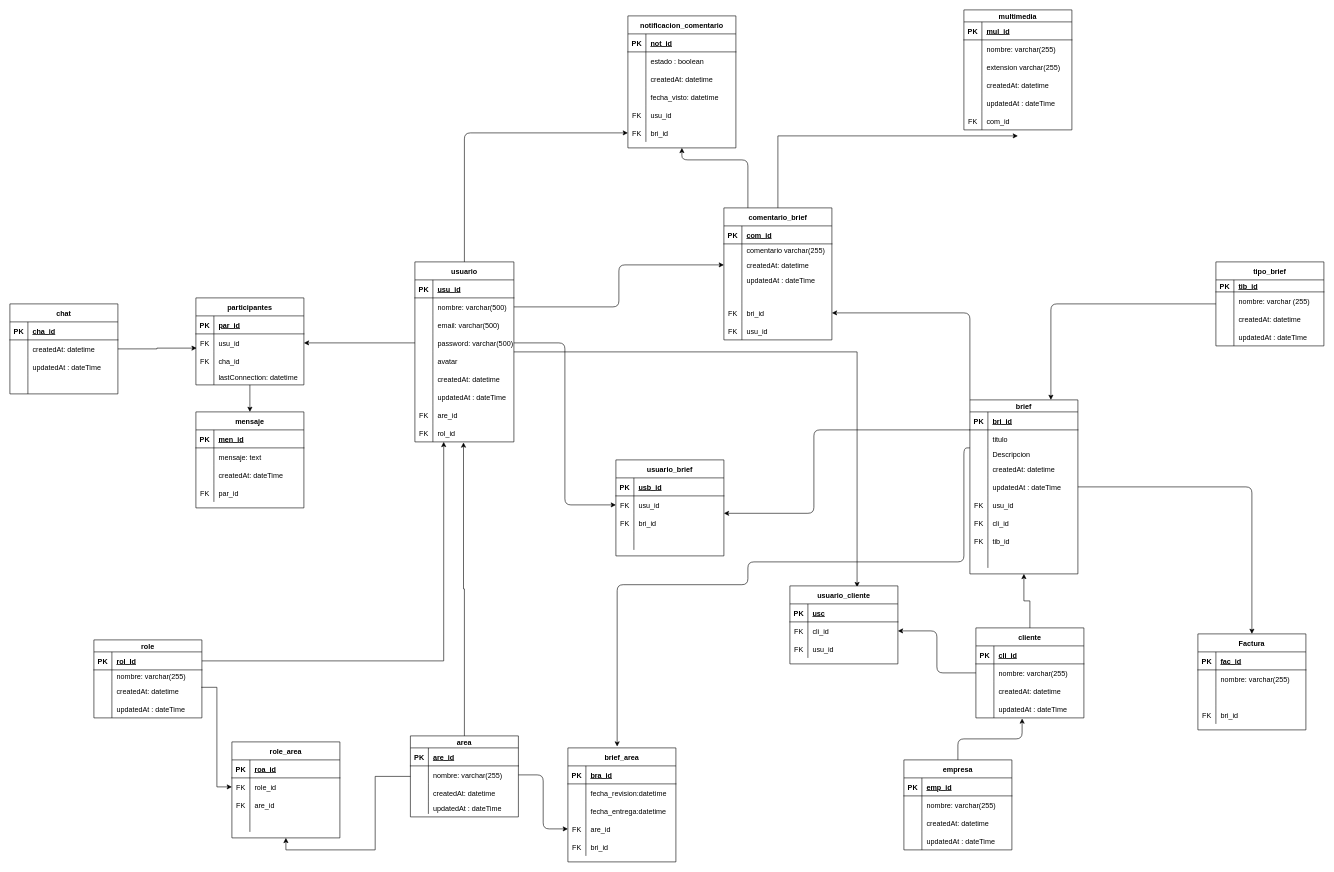
The draw.io diagram Untitled Diagram.drawio in fabianmulllers/brief, before the edit. Source tidied: cells renumbered, new cells numbered last; positions are measured from the earlier drawing's top-left corner, leaving out a move shared by most shapes. Both pictures are drawn from the tidied source at 60%, with x=0, y=0 at pixel (10, 10).
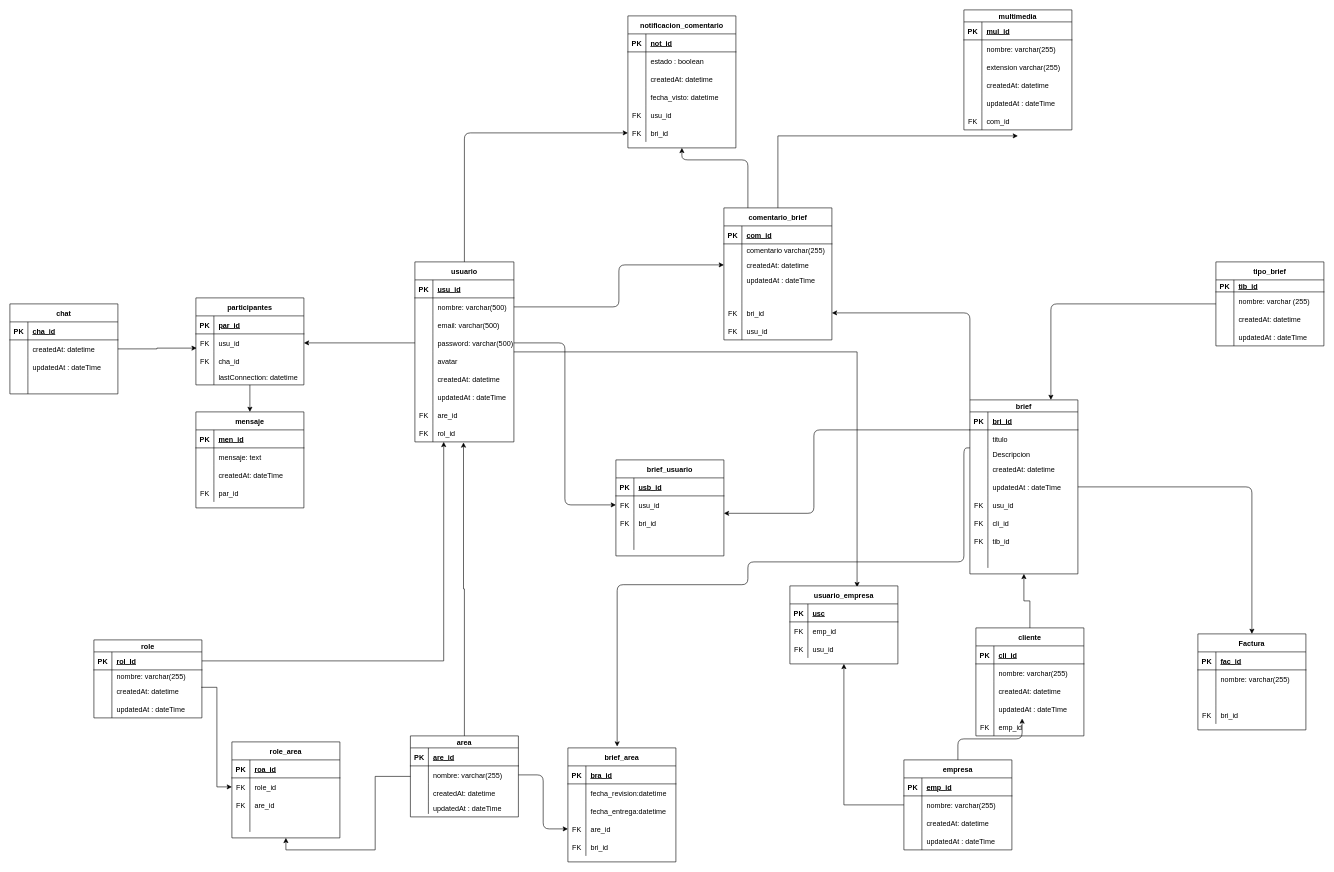
Above is the later version.

Unchanged cells that the change refers to:
```xml
<mxCell id="112" style="shape=partialRectangle;fillColor=none;top=0;left=0;bottom=0;right=0;points=[[0,0.5],[1,0.5]];portConstraint=eastwest;" parent="108" vertex="1">
  <mxGeometry y="60" width="180" height="30" as="geometry" />
</mxCell>
<mxCell id="122" value="empresa" style="shape=table;startSize=30;childLayout=tableLayout;rowLines=0;fontStyle=1;align=center;rounded=0;sketch=0;" parent="1" vertex="1">
  <mxGeometry x="1490" y="1250" width="180" height="150" as="geometry" />
</mxCell>
<mxCell id="260" style="shape=partialRectangle;fillColor=none;top=0;left=0;bottom=0;right=0;points=[[0,0.5],[1,0.5]];portConstraint=eastwest;" parent="256" vertex="1">
  <mxGeometry y="60" width="180" height="30" as="geometry" />
</mxCell>
```

Change to the diagram source:
```diff
@@
     <mxCell id="108" value="cliente" style="shape=table;startSize=30;childLayout=tableLayout;rowLines=0;fontStyle=1;align=center;rounded=0;sketch=0;" parent="1" vertex="1">
-      <mxGeometry x="1610" y="1030" width="180" height="150" as="geometry" />
+      <mxGeometry x="1610" y="1030" width="180" height="180" as="geometry" />
     </mxCell>
@@
+    <mxCell id="309" style="shape=partialRectangle;fillColor=none;top=0;left=0;bottom=0;right=0;" parent="108" vertex="1">
+      <mxGeometry y="150" width="180" height="30" as="geometry" />
+    </mxCell>
+    <mxCell id="310" value="FK" style="shape=partialRectangle;fillColor=none;top=0;left=0;bottom=0;right=0;fontStyle=0;overflow=hidden;" parent="309" vertex="1">
+      <mxGeometry width="30" height="30" as="geometry" />
+    </mxCell>
+    <mxCell id="311" value="emp_id" style="shape=partialRectangle;fillColor=none;top=0;left=0;bottom=0;right=0;align=left;spacingLeft=6;fontStyle=0;overflow=hidden;" parent="309" vertex="1">
+      <mxGeometry x="30" width="150" height="30" as="geometry" />
+    </mxCell>
@@
+    <mxCell id="312" style="edgeStyle=orthogonalEdgeStyle;rounded=0;jettySize=auto;html=1;entryX=0.5;entryY=1;entryDx=0;entryDy=0;" parent="1" edge="1" source="122" target="256">
+      <mxGeometry relative="1" as="geometry" />
+    </mxCell>
@@
-    <mxCell id="135" value="usuario_brief" style="shape=table;startSize=30;childLayout=tableLayout;rowLines=0;fontStyle=1;align=center;rounded=0;sketch=0;" parent="1" vertex="1">
+    <mxCell id="135" value="brief_usuario" style="shape=table;startSize=30;childLayout=tableLayout;rowLines=0;fontStyle=1;align=center;rounded=0;sketch=0;" parent="1" vertex="1">
       <mxGeometry x="1010" y="750" width="180" height="160" as="geometry" />
     </mxCell>
@@
-    <mxCell id="256" value="usuario_cliente" style="shape=table;startSize=30;childLayout=tableLayout;rowLines=0;fontStyle=1;align=center;rounded=0;sketch=0;" parent="1" vertex="1">
+    <mxCell id="256" value="usuario_empresa" style="shape=table;startSize=30;childLayout=tableLayout;rowLines=0;fontStyle=1;align=center;rounded=0;sketch=0;" parent="1" vertex="1">
       <mxGeometry x="1300" y="960" width="180" height="130" as="geometry" />
     </mxCell>
@@
-    <mxCell id="262" value="cli_id" style="shape=partialRectangle;fillColor=none;top=0;left=0;bottom=0;right=0;align=left;spacingLeft=6;overflow=hidden;" parent="260" vertex="1">
+    <mxCell id="262" value="emp_id" style="shape=partialRectangle;fillColor=none;top=0;left=0;bottom=0;right=0;align=left;spacingLeft=6;overflow=hidden;" parent="260" vertex="1">
       <mxGeometry x="30" width="150" height="30" as="geometry" />
     </mxCell>
@@
-    <mxCell id="266" style="edgeStyle=orthogonalEdgeStyle;curved=0;rounded=1;sketch=0;jettySize=auto;html=1;exitX=0;exitY=0.5;exitDx=0;exitDy=0;entryX=1;entryY=0.5;entryDx=0;entryDy=0;" parent="1" edge="1" source="112" target="260">
-      <mxGeometry relative="1" as="geometry" />
-    </mxCell>
```
